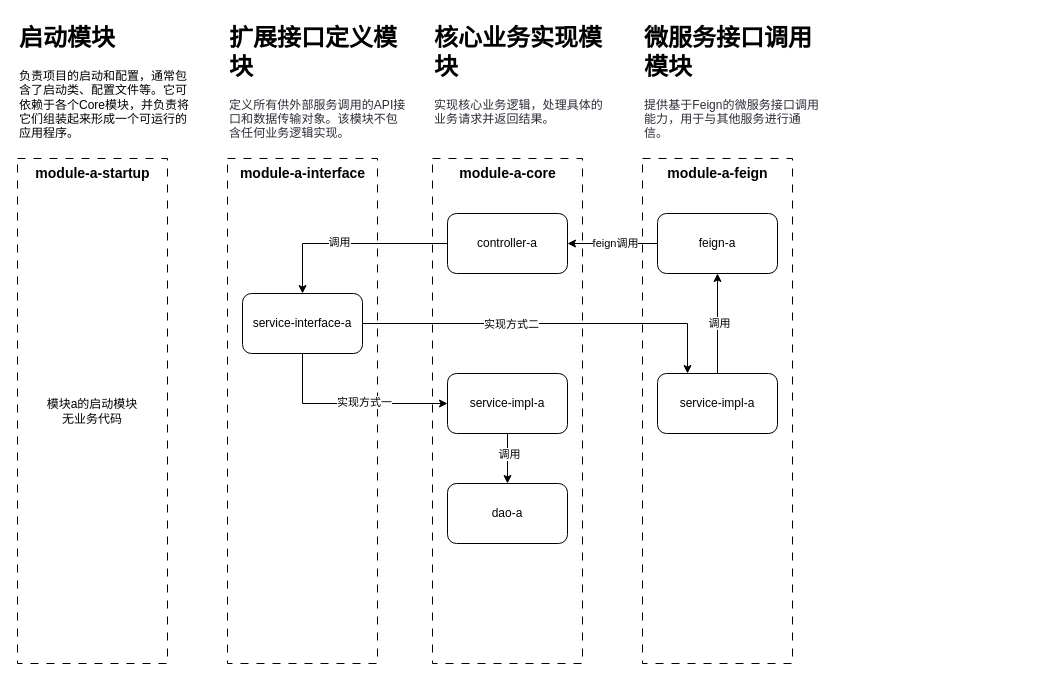
The draw.io diagram 服务模块设计/微服务单模块分层设计（有内部扩展接口）-单模块案例版.drawio in codeyunze/drawio, before the edit. Source tidied: cells renumbered, new cells numbered last; positions are measured from the earlier drawing's top-left corner, leaving out a move shared by most shapes. Both pictures are drawn from the tidied source at 100%, with x=0, y=0 at pixel (17, 17).
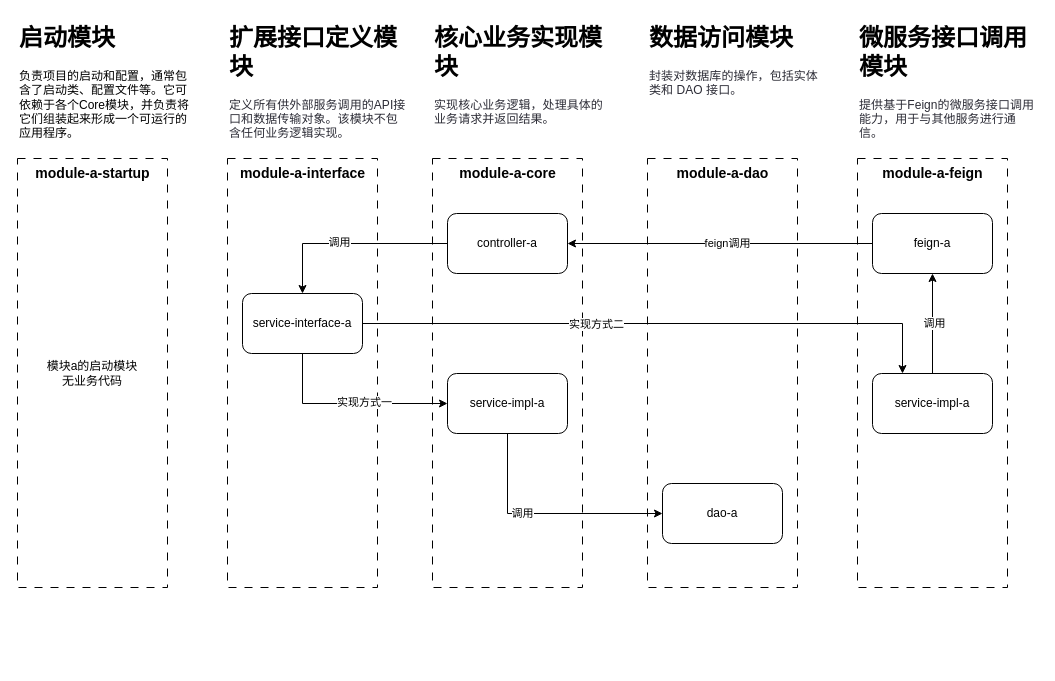
The same page after the edit.

Commit message:
更新微服务单模块分层设计（有内部扩展接口）-单模块案例版.drawio

The change refers to these unchanged cells:
```xml
<mxCell id="15" value="&lt;span style=&quot;background-color: transparent; color: light-dark(rgb(0, 0, 0), rgb(255, 255, 255));&quot;&gt;service-impl-a&lt;/span&gt;" style="rounded=1;whiteSpace=wrap;html=1;" parent="1" vertex="1">
  <mxGeometry x="430" y="356" width="120" height="60" as="geometry" />
</mxCell>
```

What changed in the source:
```diff
@@
+    <mxCell id="32" style="rounded=0;whiteSpace=wrap;html=1;dashed=1;dashPattern=8 8;" parent="1" vertex="1">
+      <mxGeometry x="630" y="141" width="150" height="429" as="geometry" />
+    </mxCell>
     <mxCell id="2" style="rounded=0;whiteSpace=wrap;html=1;dashed=1;dashPattern=8 8;" parent="1" vertex="1">
-      <mxGeometry x="625" y="141" width="150" height="505" as="geometry" />
+      <mxGeometry x="840" y="141" width="150" height="429" as="geometry" />
     </mxCell>
     <mxCell id="3" style="rounded=0;whiteSpace=wrap;html=1;dashed=1;dashPattern=8 8;" parent="1" vertex="1">
-      <mxGeometry x="415" y="141" width="150" height="505" as="geometry" />
+      <mxGeometry x="415" y="141" width="150" height="429" as="geometry" />
     </mxCell>
     <mxCell id="4" style="rounded=0;whiteSpace=wrap;html=1;dashed=1;dashPattern=8 8;" parent="1" vertex="1">
-      <mxGeometry x="210" y="141" width="150" height="505" as="geometry" />
+      <mxGeometry x="210" y="141" width="150" height="429" as="geometry" />
     </mxCell>
@@
-    <mxCell id="13" style="edgeStyle=orthogonalEdgeStyle;rounded=0;jettySize=auto;html=1;exitX=0.5;exitY=1;exitDx=0;exitDy=0;" parent="1" edge="1" source="15" target="25">
+    <mxCell id="13" style="edgeStyle=orthogonalEdgeStyle;rounded=0;jettySize=auto;html=1;exitX=0.5;exitY=1;exitDx=0;exitDy=0;entryX=0;entryY=0.5;entryDx=0;entryDy=0;" parent="1" edge="1" source="15" target="25">
       <mxGeometry relative="1" as="geometry" />
     </mxCell>
@@
     <mxCell id="19" value="&lt;span style=&quot;background-color: transparent; color: light-dark(rgb(0, 0, 0), rgb(255, 255, 255));&quot;&gt;feign-a&lt;/span&gt;" style="rounded=1;whiteSpace=wrap;html=1;" parent="1" vertex="1">
-      <mxGeometry x="640" y="196" width="120" height="60" as="geometry" />
+      <mxGeometry x="855" y="196" width="120" height="60" as="geometry" />
     </mxCell>
@@
     <mxCell id="22" value="&lt;span style=&quot;background-color: transparent; color: light-dark(rgb(0, 0, 0), rgb(255, 255, 255));&quot;&gt;service-impl-a&lt;/span&gt;" style="rounded=1;whiteSpace=wrap;html=1;" parent="1" vertex="1">
-      <mxGeometry x="640" y="356" width="120" height="60" as="geometry" />
+      <mxGeometry x="855" y="356" width="120" height="60" as="geometry" />
     </mxCell>
@@
     <mxCell id="24" value="&lt;b&gt;&lt;font style=&quot;font-size: 14px;&quot;&gt;module-a-feign&lt;/font&gt;&lt;/b&gt;" style="text;html=1;align=center;verticalAlign=middle;whiteSpace=wrap;rounded=0;" parent="1" vertex="1">
-      <mxGeometry x="633.8" y="141" width="132.5" height="30" as="geometry" />
+      <mxGeometry x="848.8" y="141" width="132.5" height="30" as="geometry" />
     </mxCell>
     <mxCell id="25" value="&lt;span style=&quot;background-color: transparent; color: light-dark(rgb(0, 0, 0), rgb(255, 255, 255));&quot;&gt;dao-a&lt;/span&gt;" style="rounded=1;whiteSpace=wrap;html=1;" parent="1" vertex="1">
-      <mxGeometry x="430" y="466" width="120" height="60" as="geometry" />
+      <mxGeometry x="645" y="466" width="120" height="60" as="geometry" />
     </mxCell>
     <mxCell id="26" value="模块a的启动模块&lt;div&gt;无业务代码&lt;/div&gt;" style="rounded=0;whiteSpace=wrap;html=1;dashed=1;dashPattern=8 8;" parent="1" vertex="1">
-      <mxGeometry y="141" width="150" height="505" as="geometry" />
+      <mxGeometry y="141" width="150" height="429" as="geometry" />
     </mxCell>
@@
     <mxCell id="31" value="&lt;h1 style=&quot;margin-top: 0px;&quot;&gt;微服务接口调用模块&lt;/h1&gt;&lt;p&gt;&lt;span style=&quot;color: rgb(44, 44, 54); letter-spacing: 0.064px; background-color: rgb(255, 255, 255);&quot;&gt;&lt;font face=&quot;Helvetica&quot; style=&quot;font-size: 12px;&quot;&gt;提供基于Feign的微服务接口调用能力，用于与其他服务进行通信。&lt;/font&gt;&lt;/span&gt;&lt;/p&gt;" style="text;html=1;whiteSpace=wrap;overflow=hidden;rounded=0;" parent="1" vertex="1">
-      <mxGeometry x="625" width="180" height="120" as="geometry" />
+      <mxGeometry x="840" width="180" height="120" as="geometry" />
     </mxCell>
+    <mxCell id="33" value="&lt;h1 style=&quot;margin-top: 0px;&quot;&gt;数据访问模块&lt;/h1&gt;&lt;p&gt;&lt;span style=&quot;background-color: rgb(255, 255, 255); color: rgb(44, 44, 54); letter-spacing: 0.064px;&quot;&gt;&lt;font face=&quot;Helvetica&quot; style=&quot;font-size: 12px;&quot;&gt;封装对数据库的操作，包括实体类和 DAO 接口。&lt;/font&gt;&lt;/span&gt;&lt;/p&gt;" style="text;html=1;whiteSpace=wrap;overflow=hidden;rounded=0;" parent="1" vertex="1">
+      <mxGeometry x="630" width="180" height="120" as="geometry" />
+    </mxCell>
+    <mxCell id="34" value="&lt;b&gt;&lt;font style=&quot;font-size: 14px;&quot;&gt;module-a-dao&lt;/font&gt;&lt;/b&gt;" style="text;html=1;align=center;verticalAlign=middle;whiteSpace=wrap;rounded=0;" parent="1" vertex="1">
+      <mxGeometry x="638.8" y="141" width="132.5" height="30" as="geometry" />
+    </mxCell>
```
